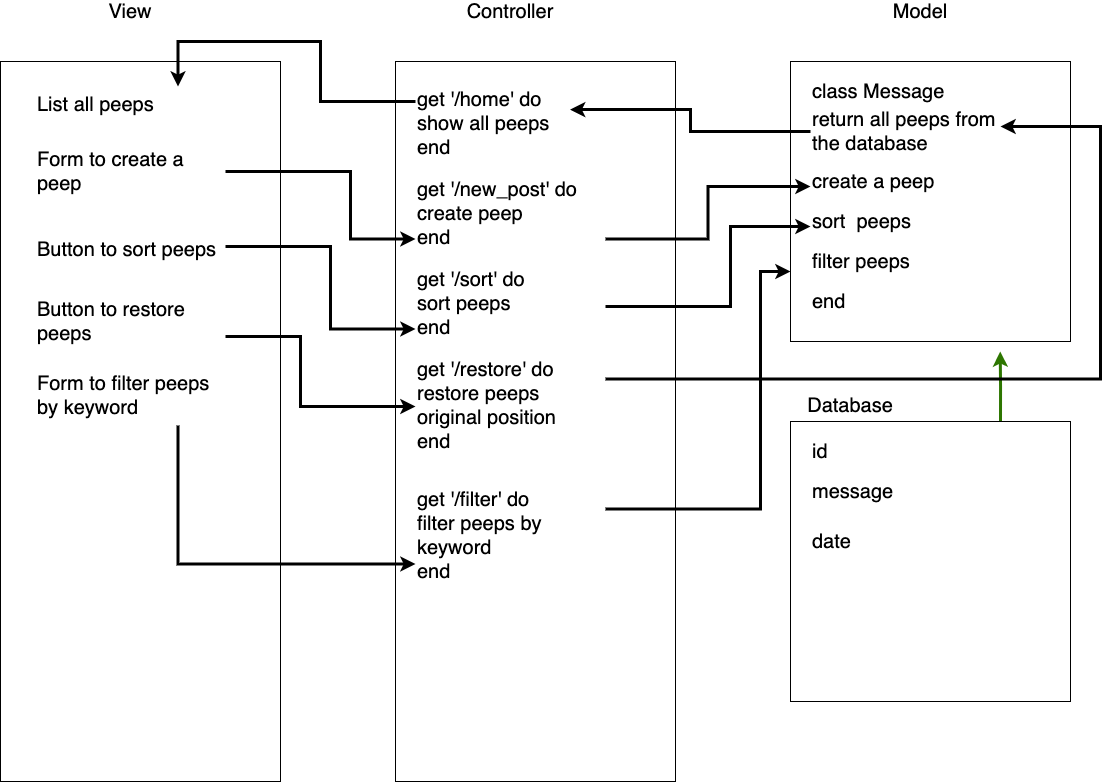
This is diagram.drawio.png from makersacademy/chitter-challenge-apprenticeships, a draw.io export, as it was before one commit. Source tidied: cells renumbered, new cells last; positions are measured from the earlier drawing's top-left corner, leaving out a move shared by most shapes.
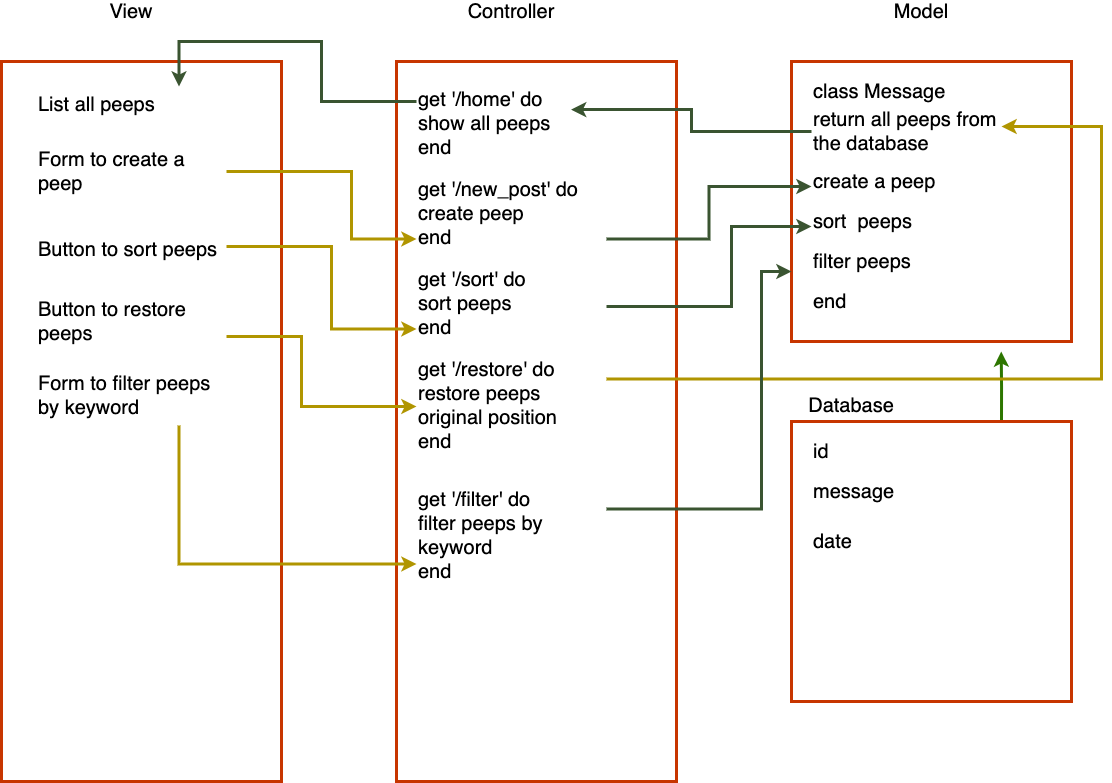
Later version of the same file.

Commit message:
trying to add the colors to the diagram'

What changed in the source:
```diff
@@ -2,13 +2,13 @@
   <root>
     <mxCell id="0" />
     <mxCell id="1" parent="0" />
-    <mxCell id="2" style="rounded=0;whiteSpace=wrap;html=1;" parent="1" vertex="1">
+    <mxCell id="2" style="rounded=0;whiteSpace=wrap;html=1;strokeWidth=3;strokeColor=#C73500;fontColor=#000000;" parent="1" vertex="1">
       <mxGeometry y="60" width="280" height="720" as="geometry" />
     </mxCell>
-    <mxCell id="3" style="rounded=0;whiteSpace=wrap;html=1;" parent="1" vertex="1">
+    <mxCell id="3" style="rounded=0;whiteSpace=wrap;html=1;strokeWidth=3;strokeColor=#C73500;fontColor=#000000;fillColor=none;" parent="1" vertex="1">
       <mxGeometry x="395" y="60" width="280" height="720" as="geometry" />
     </mxCell>
-    <mxCell id="4" style="rounded=0;whiteSpace=wrap;html=1;" parent="1" vertex="1">
+    <mxCell id="4" style="rounded=0;whiteSpace=wrap;html=1;strokeWidth=3;strokeColor=#C73500;fontColor=#000000;fillColor=none;" parent="1" vertex="1">
       <mxGeometry x="790" y="60" width="280" height="280" as="geometry" />
     </mxCell>
     <mxCell id="5" value="Controller" style="text;html=1;strokeColor=none;fillColor=none;align=center;verticalAlign=middle;whiteSpace=wrap;rounded=0;fontSize=20;" parent="1" vertex="1">
@@ -23,7 +23,7 @@
     <mxCell id="8" value="class Message" style="text;html=1;strokeColor=none;fillColor=none;align=left;verticalAlign=middle;whiteSpace=wrap;rounded=0;fontSize=20;" parent="1" vertex="1">
       <mxGeometry x="810" y="80" width="240" height="20" as="geometry" />
     </mxCell>
-    <mxCell id="9" style="edgeStyle=orthogonalEdgeStyle;rounded=0;jumpSize=6;jettySize=auto;html=1;exitX=0;exitY=0.5;exitDx=0;exitDy=0;entryX=0.997;entryY=0.351;entryDx=0;entryDy=0;entryPerimeter=0;fontSize=20;strokeWidth=3;" parent="1" edge="1" source="10" target="22">
+    <mxCell id="9" style="edgeStyle=orthogonalEdgeStyle;rounded=0;jumpSize=6;jettySize=auto;html=1;exitX=0;exitY=0.5;exitDx=0;exitDy=0;entryX=0.997;entryY=0.351;entryDx=0;entryDy=0;entryPerimeter=0;fontSize=20;strokeWidth=3;fillColor=#6d8764;strokeColor=#3A5431;" parent="1" edge="1" source="10" target="22">
       <mxGeometry relative="1" as="geometry" />
     </mxCell>
     <mxCell id="10" value="return all peeps from the database" style="text;html=1;strokeColor=none;fillColor=none;align=left;verticalAlign=middle;whiteSpace=wrap;rounded=0;fontSize=20;" parent="1" vertex="1">
@@ -46,7 +46,7 @@
         <mxPoint x="999.7" y="350" as="targetPoint" />
       </mxGeometry>
     </mxCell>
-    <mxCell id="16" style="rounded=0;whiteSpace=wrap;html=1;" parent="1" vertex="1">
+    <mxCell id="16" style="rounded=0;whiteSpace=wrap;html=1;strokeWidth=3;strokeColor=#C73500;fontColor=#000000;fillColor=none;" parent="1" vertex="1">
       <mxGeometry x="790" y="420" width="280" height="280" as="geometry" />
     </mxCell>
     <mxCell id="17" value="Database" style="text;html=1;strokeColor=none;fillColor=none;align=center;verticalAlign=middle;whiteSpace=wrap;rounded=0;fontSize=20;" parent="1" vertex="1">
@@ -61,7 +61,7 @@
     <mxCell id="20" value="date&amp;nbsp;" style="text;html=1;strokeColor=none;fillColor=none;align=left;verticalAlign=middle;whiteSpace=wrap;rounded=0;fontSize=20;" parent="1" vertex="1">
       <mxGeometry x="810" y="530" width="240" height="20" as="geometry" />
     </mxCell>
-    <mxCell id="21" style="edgeStyle=orthogonalEdgeStyle;rounded=0;jumpSize=6;jettySize=auto;html=1;exitX=0;exitY=0.25;exitDx=0;exitDy=0;entryX=0.75;entryY=0;entryDx=0;entryDy=0;fontSize=20;strokeWidth=3;" parent="1" edge="1" source="22" target="23">
+    <mxCell id="21" style="edgeStyle=orthogonalEdgeStyle;rounded=0;jumpSize=6;jettySize=auto;html=1;exitX=0;exitY=0.25;exitDx=0;exitDy=0;entryX=0.75;entryY=0;entryDx=0;entryDy=0;fontSize=20;strokeWidth=3;fillColor=#6d8764;strokeColor=#3A5431;" parent="1" edge="1" source="22" target="23">
       <mxGeometry relative="1" as="geometry">
         <Array as="points">
           <mxPoint x="320" y="100" />
@@ -76,13 +76,13 @@
     <mxCell id="23" value="List all peeps&lt;br&gt;&lt;br&gt;&lt;br&gt;" style="text;html=1;strokeColor=none;fillColor=none;align=left;verticalAlign=top;whiteSpace=wrap;rounded=0;fontSize=20;" parent="1" vertex="1">
       <mxGeometry x="35" y="85" width="190" height="45" as="geometry" />
     </mxCell>
-    <mxCell id="24" style="edgeStyle=orthogonalEdgeStyle;rounded=0;jumpSize=6;jettySize=auto;html=1;exitX=1;exitY=0.75;exitDx=0;exitDy=0;entryX=0;entryY=0.75;entryDx=0;entryDy=0;fontSize=20;strokeWidth=3;" parent="1" edge="1" source="25" target="11">
+    <mxCell id="24" style="edgeStyle=orthogonalEdgeStyle;rounded=0;jumpSize=6;jettySize=auto;html=1;exitX=1;exitY=0.75;exitDx=0;exitDy=0;entryX=0;entryY=0.75;entryDx=0;entryDy=0;fontSize=20;strokeWidth=3;fillColor=#6d8764;strokeColor=#3A5431;" parent="1" edge="1" source="25" target="11">
       <mxGeometry relative="1" as="geometry" />
     </mxCell>
     <mxCell id="25" value="&lt;div&gt;get '/new_post' do&lt;/div&gt;&lt;div&gt;create peep&lt;/div&gt;&lt;div&gt;end&lt;/div&gt;" style="text;html=1;strokeColor=none;fillColor=none;align=left;verticalAlign=top;whiteSpace=wrap;rounded=0;fontSize=20;" parent="1" vertex="1">
       <mxGeometry x="415" y="170" width="190" height="90" as="geometry" />
     </mxCell>
-    <mxCell id="26" style="edgeStyle=orthogonalEdgeStyle;rounded=0;jumpSize=6;jettySize=auto;html=1;exitX=1;exitY=0.5;exitDx=0;exitDy=0;entryX=0;entryY=0.75;entryDx=0;entryDy=0;fontSize=20;strokeWidth=3;" parent="1" edge="1" source="27" target="12">
+    <mxCell id="26" style="edgeStyle=orthogonalEdgeStyle;rounded=0;jumpSize=6;jettySize=auto;html=1;exitX=1;exitY=0.5;exitDx=0;exitDy=0;entryX=0;entryY=0.75;entryDx=0;entryDy=0;fontSize=20;strokeWidth=3;fillColor=#6d8764;strokeColor=#3A5431;" parent="1" edge="1" source="27" target="12">
       <mxGeometry relative="1" as="geometry">
         <Array as="points">
           <mxPoint x="730" y="305" />
@@ -93,7 +93,7 @@
     <mxCell id="27" value="&lt;div&gt;get '/sort' do&lt;/div&gt;&lt;div&gt;sort peeps&amp;nbsp;&lt;/div&gt;&lt;div&gt;end&lt;/div&gt;" style="text;html=1;strokeColor=none;fillColor=none;align=left;verticalAlign=top;whiteSpace=wrap;rounded=0;fontSize=20;" parent="1" vertex="1">
       <mxGeometry x="415" y="260" width="190" height="90" as="geometry" />
     </mxCell>
-    <mxCell id="28" style="edgeStyle=orthogonalEdgeStyle;rounded=0;jumpSize=6;jettySize=auto;html=1;exitX=1;exitY=0.25;exitDx=0;exitDy=0;entryX=1;entryY=0.25;entryDx=0;entryDy=0;fontSize=20;strokeWidth=3;" parent="1" edge="1" source="29" target="10">
+    <mxCell id="28" style="edgeStyle=orthogonalEdgeStyle;rounded=0;jumpSize=6;jettySize=auto;html=1;exitX=1;exitY=0.25;exitDx=0;exitDy=0;entryX=1;entryY=0.25;entryDx=0;entryDy=0;fontSize=20;strokeWidth=3;fillColor=#e3c800;strokeColor=#B09500;" parent="1" edge="1" source="29" target="10">
       <mxGeometry relative="1" as="geometry">
         <Array as="points">
           <mxPoint x="1100" y="377" />
@@ -104,7 +104,7 @@
     <mxCell id="29" value="&lt;div&gt;get '/restore' do&lt;/div&gt;&lt;div&gt;restore peeps original position&lt;/div&gt;&lt;div&gt;end&lt;/div&gt;" style="text;html=1;strokeColor=none;fillColor=none;align=left;verticalAlign=top;whiteSpace=wrap;rounded=0;fontSize=20;" parent="1" vertex="1">
       <mxGeometry x="415" y="350" width="190" height="110" as="geometry" />
     </mxCell>
-    <mxCell id="30" style="edgeStyle=orthogonalEdgeStyle;rounded=0;jumpSize=6;jettySize=auto;html=1;exitX=1;exitY=0.25;exitDx=0;exitDy=0;entryX=0;entryY=0.75;entryDx=0;entryDy=0;fontSize=20;strokeWidth=3;" parent="1" edge="1" source="31" target="4">
+    <mxCell id="30" style="edgeStyle=orthogonalEdgeStyle;rounded=0;jumpSize=6;jettySize=auto;html=1;exitX=1;exitY=0.25;exitDx=0;exitDy=0;entryX=0;entryY=0.75;entryDx=0;entryDy=0;fontSize=20;strokeWidth=3;fillColor=#6d8764;strokeColor=#3A5431;" parent="1" edge="1" source="31" target="4">
       <mxGeometry relative="1" as="geometry">
         <Array as="points">
           <mxPoint x="760" y="507" />
@@ -115,7 +115,7 @@
     <mxCell id="31" value="&lt;div&gt;get '/filter' do&lt;/div&gt;&lt;div&gt;filter peeps by keyword&lt;/div&gt;&lt;div&gt;end&lt;/div&gt;" style="text;html=1;strokeColor=none;fillColor=none;align=left;verticalAlign=top;whiteSpace=wrap;rounded=0;fontSize=20;" parent="1" vertex="1">
       <mxGeometry x="415" y="480" width="190" height="110" as="geometry" />
     </mxCell>
-    <mxCell id="32" style="edgeStyle=orthogonalEdgeStyle;rounded=0;jumpSize=6;jettySize=auto;html=1;exitX=1;exitY=0.5;exitDx=0;exitDy=0;entryX=0;entryY=0.75;entryDx=0;entryDy=0;fontSize=20;strokeWidth=3;" parent="1" edge="1" source="33" target="25">
+    <mxCell id="32" style="edgeStyle=orthogonalEdgeStyle;rounded=0;jumpSize=6;jettySize=auto;html=1;exitX=1;exitY=0.5;exitDx=0;exitDy=0;entryX=0;entryY=0.75;entryDx=0;entryDy=0;fontSize=20;strokeWidth=3;fillColor=#e3c800;strokeColor=#B09500;" parent="1" edge="1" source="33" target="25">
       <mxGeometry relative="1" as="geometry">
         <Array as="points">
           <mxPoint x="350" y="170" />
@@ -126,7 +126,7 @@
     <mxCell id="33" value="Form to create a peep" style="text;html=1;strokeColor=none;fillColor=none;align=left;verticalAlign=top;whiteSpace=wrap;rounded=0;fontSize=20;" parent="1" vertex="1">
       <mxGeometry x="35" y="140" width="190" height="60" as="geometry" />
     </mxCell>
-    <mxCell id="34" style="edgeStyle=orthogonalEdgeStyle;rounded=0;jumpSize=6;jettySize=auto;html=1;exitX=1;exitY=0.25;exitDx=0;exitDy=0;entryX=0;entryY=0.75;entryDx=0;entryDy=0;fontSize=20;strokeWidth=3;" parent="1" edge="1" source="35" target="27">
+    <mxCell id="34" style="edgeStyle=orthogonalEdgeStyle;rounded=0;jumpSize=6;jettySize=auto;html=1;exitX=1;exitY=0.25;exitDx=0;exitDy=0;entryX=0;entryY=0.75;entryDx=0;entryDy=0;fontSize=20;strokeWidth=3;fillColor=#e3c800;strokeColor=#B09500;" parent="1" edge="1" source="35" target="27">
       <mxGeometry relative="1" as="geometry">
         <Array as="points">
           <mxPoint x="330" y="245" />
@@ -137,7 +137,7 @@
     <mxCell id="35" value="Button to sort peeps" style="text;html=1;strokeColor=none;fillColor=none;align=left;verticalAlign=top;whiteSpace=wrap;rounded=0;fontSize=20;" parent="1" vertex="1">
       <mxGeometry x="35" y="230" width="190" height="60" as="geometry" />
     </mxCell>
-    <mxCell id="36" style="edgeStyle=orthogonalEdgeStyle;rounded=0;jumpSize=6;jettySize=auto;html=1;exitX=1;exitY=0.75;exitDx=0;exitDy=0;entryX=0;entryY=0.5;entryDx=0;entryDy=0;fontSize=20;strokeWidth=3;" parent="1" edge="1" source="37" target="29">
+    <mxCell id="36" style="edgeStyle=orthogonalEdgeStyle;rounded=0;jumpSize=6;jettySize=auto;html=1;exitX=1;exitY=0.75;exitDx=0;exitDy=0;entryX=0;entryY=0.5;entryDx=0;entryDy=0;fontSize=20;strokeWidth=3;fillColor=#e3c800;strokeColor=#B09500;" parent="1" edge="1" source="37" target="29">
       <mxGeometry relative="1" as="geometry">
         <Array as="points">
           <mxPoint x="300" y="335" />
@@ -148,7 +148,7 @@
     <mxCell id="37" value="Button to restore peeps" style="text;html=1;strokeColor=none;fillColor=none;align=left;verticalAlign=top;whiteSpace=wrap;rounded=0;fontSize=20;" parent="1" vertex="1">
       <mxGeometry x="35" y="290" width="190" height="60" as="geometry" />
     </mxCell>
-    <mxCell id="38" style="edgeStyle=orthogonalEdgeStyle;rounded=0;jumpSize=6;jettySize=auto;html=1;exitX=0.75;exitY=1;exitDx=0;exitDy=0;entryX=0;entryY=0.75;entryDx=0;entryDy=0;fontSize=20;strokeWidth=3;" parent="1" edge="1" source="39" target="31">
+    <mxCell id="38" style="edgeStyle=orthogonalEdgeStyle;rounded=0;jumpSize=6;jettySize=auto;html=1;exitX=0.75;exitY=1;exitDx=0;exitDy=0;entryX=0;entryY=0.75;entryDx=0;entryDy=0;fontSize=20;strokeWidth=3;fillColor=#e3c800;strokeColor=#B09500;" parent="1" edge="1" source="39" target="31">
       <mxGeometry relative="1" as="geometry" />
     </mxCell>
     <mxCell id="39" value="Form to filter peeps by keyword" style="text;html=1;strokeColor=none;fillColor=none;align=left;verticalAlign=top;whiteSpace=wrap;rounded=0;fontSize=20;" parent="1" vertex="1">
```
